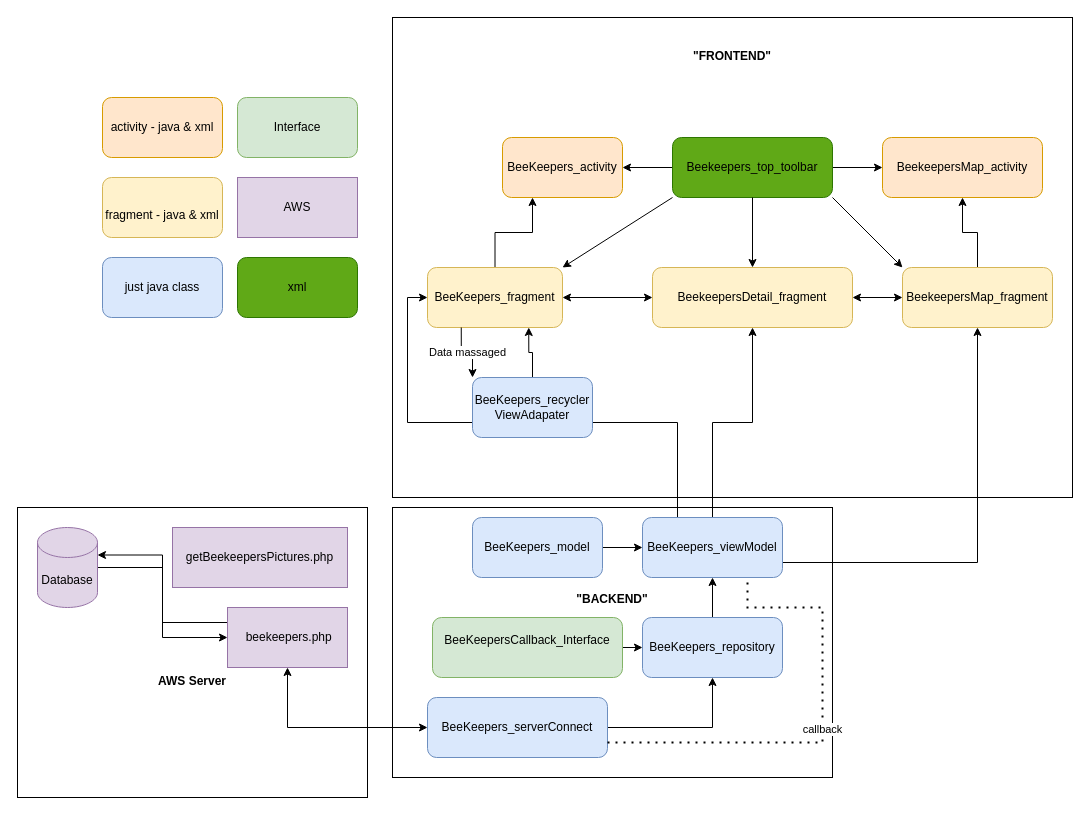
This is page "BeeKeepers" (3 of 3) of Untitled Diagram.drawio from BenBladow/rw_android_uml, a draw.io file, before an edit. Source tidied: cells renumbered, new cells numbered last; positions are measured from the earlier drawing's top-left corner, leaving out a move shared by most shapes. Both pictures are drawn from the tidied source at 100%, with x=0, y=0 at pixel (17, 17).
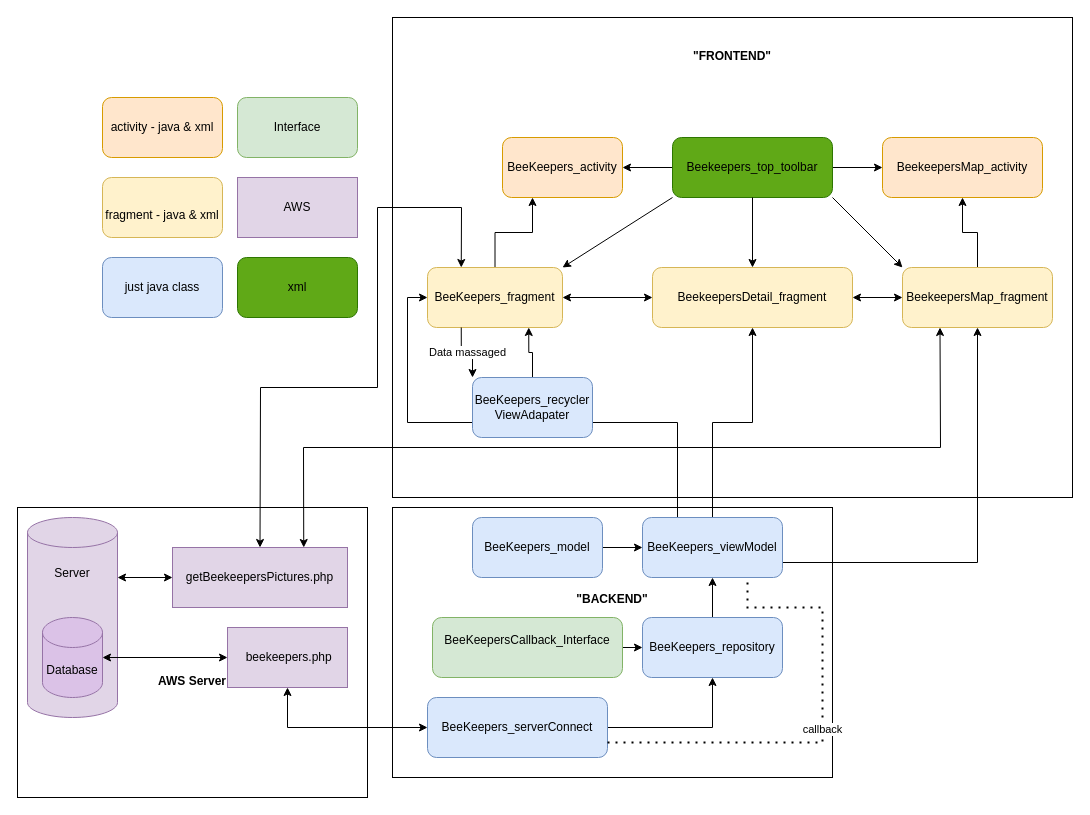
The same diagram, later.

The change refers to these unchanged cells:
```xml
<mxCell id="9" value="BeeKeepers_fragment" style="rounded=1;whiteSpace=wrap;html=1;fillColor=#fff2cc;strokeColor=#d6b656;" parent="1" vertex="1">
  <mxGeometry x="410" y="250" width="135" height="60" as="geometry" />
</mxCell>
<mxCell id="36" value="BeekeepersMap_fragment" style="rounded=1;whiteSpace=wrap;html=1;fillColor=#fff2cc;strokeColor=#d6b656;" parent="1" vertex="1">
  <mxGeometry x="885" y="250" width="150" height="60" as="geometry" />
</mxCell>
```

The edit, as a diff of the source:
```diff
@@
-    <mxCell id="21" style="edgeStyle=orthogonalEdgeStyle;rounded=0;jettySize=auto;html=1;exitX=0;exitY=0.25;exitDx=0;exitDy=0;entryX=1;entryY=0;entryDx=0;entryDy=27.5;entryPerimeter=0;" parent="1" edge="1" source="22" target="24">
-      <mxGeometry relative="1" as="geometry" />
-    </mxCell>
     <mxCell id="22" value="&amp;nbsp;beekeepers.php" style="rounded=0;whiteSpace=wrap;html=1;fillColor=#e1d5e7;strokeColor=#9673a6;" parent="1" vertex="1">
-      <mxGeometry x="210" y="590" width="120" height="60" as="geometry" />
+      <mxGeometry x="210" y="610" width="120" height="60" as="geometry" />
     </mxCell>
-    <mxCell id="23" style="edgeStyle=orthogonalEdgeStyle;rounded=0;jettySize=auto;html=1;exitX=1;exitY=0.5;exitDx=0;exitDy=0;exitPerimeter=0;entryX=0;entryY=0.5;entryDx=0;entryDy=0;" parent="1" edge="1" source="24" target="22">
-      <mxGeometry relative="1" as="geometry" />
-    </mxCell>
-    <mxCell id="24" value="Database" style="shape=cylinder3;whiteSpace=wrap;html=1;boundedLbl=1;backgroundOutline=1;size=15;fillColor=#e1d5e7;strokeColor=#9673a6;" parent="1" vertex="1">
-      <mxGeometry x="20" y="510" width="60" height="80" as="geometry" />
-    </mxCell>
@@
+    <mxCell id="48" value="&lt;div&gt;Server&lt;/div&gt;&lt;div&gt;&lt;br&gt;&lt;/div&gt;&lt;div&gt;&lt;br&gt;&lt;/div&gt;&lt;div&gt;&lt;br&gt;&lt;/div&gt;&lt;div&gt;&lt;br&gt;&lt;/div&gt;&lt;div&gt;&lt;br&gt;&lt;/div&gt;&lt;div&gt;&lt;br&gt;&lt;/div&gt;&lt;div&gt;&lt;br&gt;&lt;/div&gt;&lt;div&gt;&lt;br&gt;&lt;/div&gt;" style="shape=cylinder3;whiteSpace=wrap;html=1;boundedLbl=1;backgroundOutline=1;size=15;fillColor=#e1d5e7;strokeColor=#9673a6;" parent="1" vertex="1">
+      <mxGeometry x="10" y="500" width="90" height="200" as="geometry" />
+    </mxCell>
@@
     <mxCell id="47" value="getBeekeepersPictures.php" style="rounded=0;whiteSpace=wrap;html=1;fillColor=#e1d5e7;strokeColor=#9673a6;" parent="1" vertex="1">
-      <mxGeometry x="155" y="510" width="175" height="60" as="geometry" />
+      <mxGeometry x="155" y="530" width="175" height="60" as="geometry" />
     </mxCell>
+    <mxCell id="24" value="Database" style="shape=cylinder3;whiteSpace=wrap;html=1;boundedLbl=1;backgroundOutline=1;size=15;fillColor=#DBC2E7;strokeColor=#9673a6;" parent="1" vertex="1">
+      <mxGeometry x="25" y="600" width="60" height="80" as="geometry" />
+    </mxCell>
+    <mxCell id="23" style="endArrow=classic;startArrow=classic;html=1;rounded=0;fontColor=#000000;" parent="1" edge="1" source="24" target="22">
+      <mxGeometry relative="1" as="geometry" />
+    </mxCell>
+    <mxCell id="49" style="endArrow=classic;startArrow=classic;html=1;rounded=0;fontColor=#000000;entryX=0;entryY=0.5;entryDx=0;entryDy=0;" parent="1" edge="1" target="47">
+      <mxGeometry relative="1" as="geometry">
+        <mxPoint x="100" y="560" as="sourcePoint" />
+      </mxGeometry>
+    </mxCell>
+    <mxCell id="50" style="endArrow=classic;startArrow=classic;html=1;rounded=0;fontColor=#000000;entryX=0.25;entryY=0;entryDx=0;entryDy=0;exitX=0.5;exitY=0;exitDx=0;exitDy=0;" parent="1" edge="1" source="47" target="9">
+      <mxGeometry relative="1" as="geometry">
+        <Array as="points">
+          <mxPoint x="243" y="370" />
+          <mxPoint x="360" y="370" />
+          <mxPoint x="360" y="190" />
+          <mxPoint x="444" y="190" />
+        </Array>
+      </mxGeometry>
+    </mxCell>
+    <mxCell id="51" style="endArrow=classic;startArrow=classic;html=1;rounded=0;fontColor=#000000;entryX=0.25;entryY=1;entryDx=0;entryDy=0;exitX=0.75;exitY=0;exitDx=0;exitDy=0;" parent="1" edge="1" source="47" target="36">
+      <mxGeometry relative="1" as="geometry">
+        <Array as="points">
+          <mxPoint x="286" y="430" />
+          <mxPoint x="923" y="430" />
+        </Array>
+      </mxGeometry>
+    </mxCell>
```
